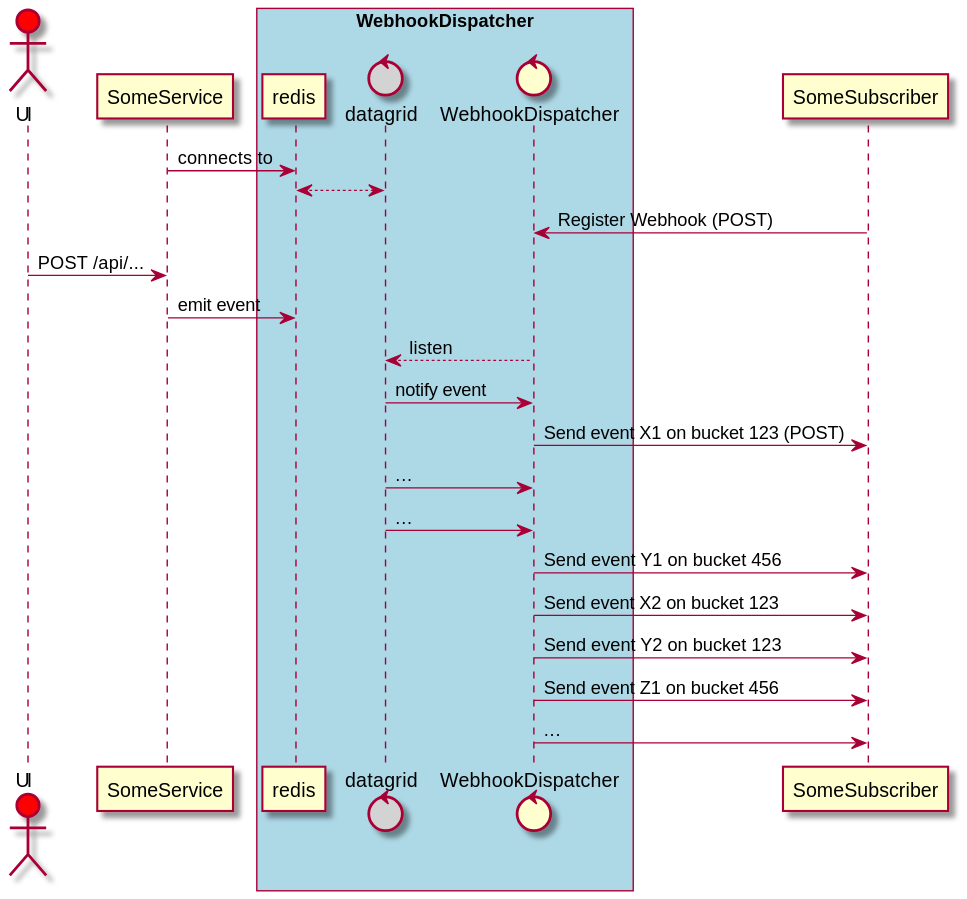
Earlier version of the PlantUML export img/webhookArchitecture.svg (cbonami/wh-dispatcher). Its diagram source:
```plantuml
@startuml webhookArchitecture
actor UI #red
SomeService -> redis: connects to
box "WebhookDispatcher" #lightblue
    database redis
    control datagrid #lightgrey
    redis <--> datagrid
    control WebhookDispatcher
end box
SomeSubscriber -> WebhookDispatcher: Register Webhook (POST)
UI -> SomeService: POST /api/...
SomeService -> redis: emit event
WebhookDispatcher --> datagrid: listen
datagrid -> WebhookDispatcher: notify event
WebhookDispatcher -> SomeSubscriber: Send event X1 on bucket 123 (POST)
datagrid -> WebhookDispatcher: ...
datagrid -> WebhookDispatcher: ...
WebhookDispatcher -> SomeSubscriber: Send event Y1 on bucket 456
WebhookDispatcher -> SomeSubscriber: Send event X2 on bucket 123
WebhookDispatcher -> SomeSubscriber: Send event Y2 on bucket 123
WebhookDispatcher -> SomeSubscriber: Send event Z1 on bucket 456
WebhookDispatcher -> SomeSubscriber: ...
@enduml
```
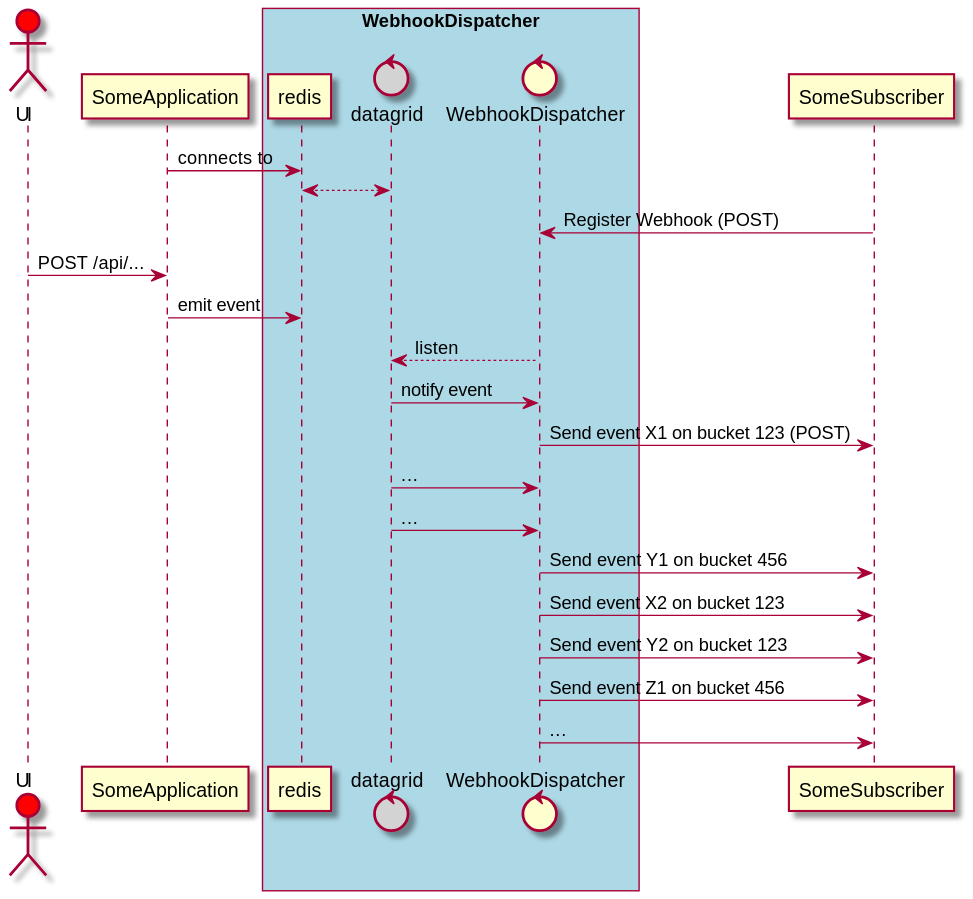
After the commit.

What changed in the source:
```diff
@@ -1,6 +1,6 @@
 @startuml webhookArchitecture
 actor UI #red
-SomeService -> redis: connects to
+SomeApplication -> redis: connects to
 box "WebhookDispatcher" #lightblue
     database redis
     control datagrid #lightgrey
@@ -8,8 +8,8 @@
     control WebhookDispatcher
 end box
 SomeSubscriber -> WebhookDispatcher: Register Webhook (POST)
-UI -> SomeService: POST /api/...
-SomeService -> redis: emit event
+UI -> SomeApplication: POST /api/...
+SomeApplication -> redis: emit event
 WebhookDispatcher --> datagrid: listen
 datagrid -> WebhookDispatcher: notify event
 WebhookDispatcher -> SomeSubscriber: Send event X1 on bucket 123 (POST)
```
